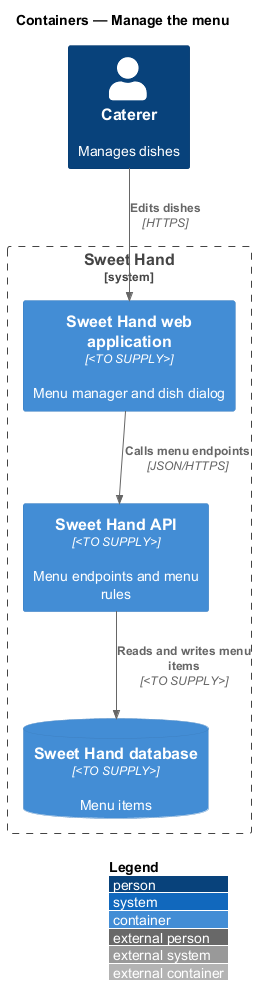
The PlantUML diagram docs/detailed-designs/caterer-profiles/manage-menu/diagrams/c4-container.png in QuinntyneBrown/sweet-hand, before a commit.
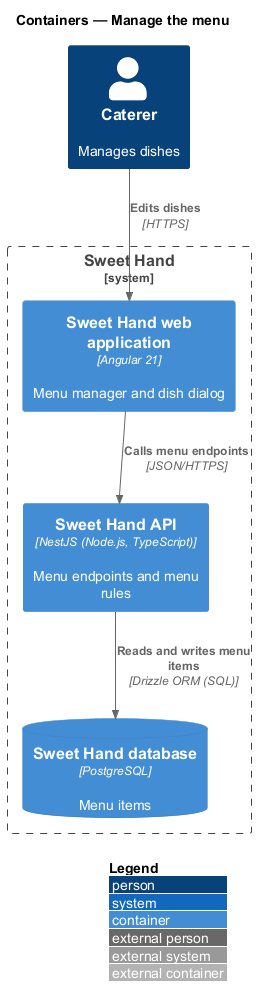
Above is the later version.

What changed in the source:
```diff
@@ -5,12 +5,12 @@
 
 Person(caterer, "Caterer", "Manages dishes")
 System_Boundary(sweethand, "Sweet Hand") {
-  Container(web, "Sweet Hand web application", "<TO SUPPLY>", "Menu manager and dish dialog")
-  Container(api, "Sweet Hand API", "<TO SUPPLY>", "Menu endpoints and menu rules")
-  ContainerDb(db, "Sweet Hand database", "<TO SUPPLY>", "Menu items")
+  Container(web, "Sweet Hand web application", "Angular 21", "Menu manager and dish dialog")
+  Container(api, "Sweet Hand API", "NestJS (Node.js, TypeScript)", "Menu endpoints and menu rules")
+  ContainerDb(db, "Sweet Hand database", "PostgreSQL", "Menu items")
 }
 
 Rel(caterer, web, "Edits dishes", "HTTPS")
 Rel(web, api, "Calls menu endpoints", "JSON/HTTPS")
-Rel(api, db, "Reads and writes menu items", "<TO SUPPLY>")
+Rel(api, db, "Reads and writes menu items", "Drizzle ORM (SQL)")
 @enduml
```
